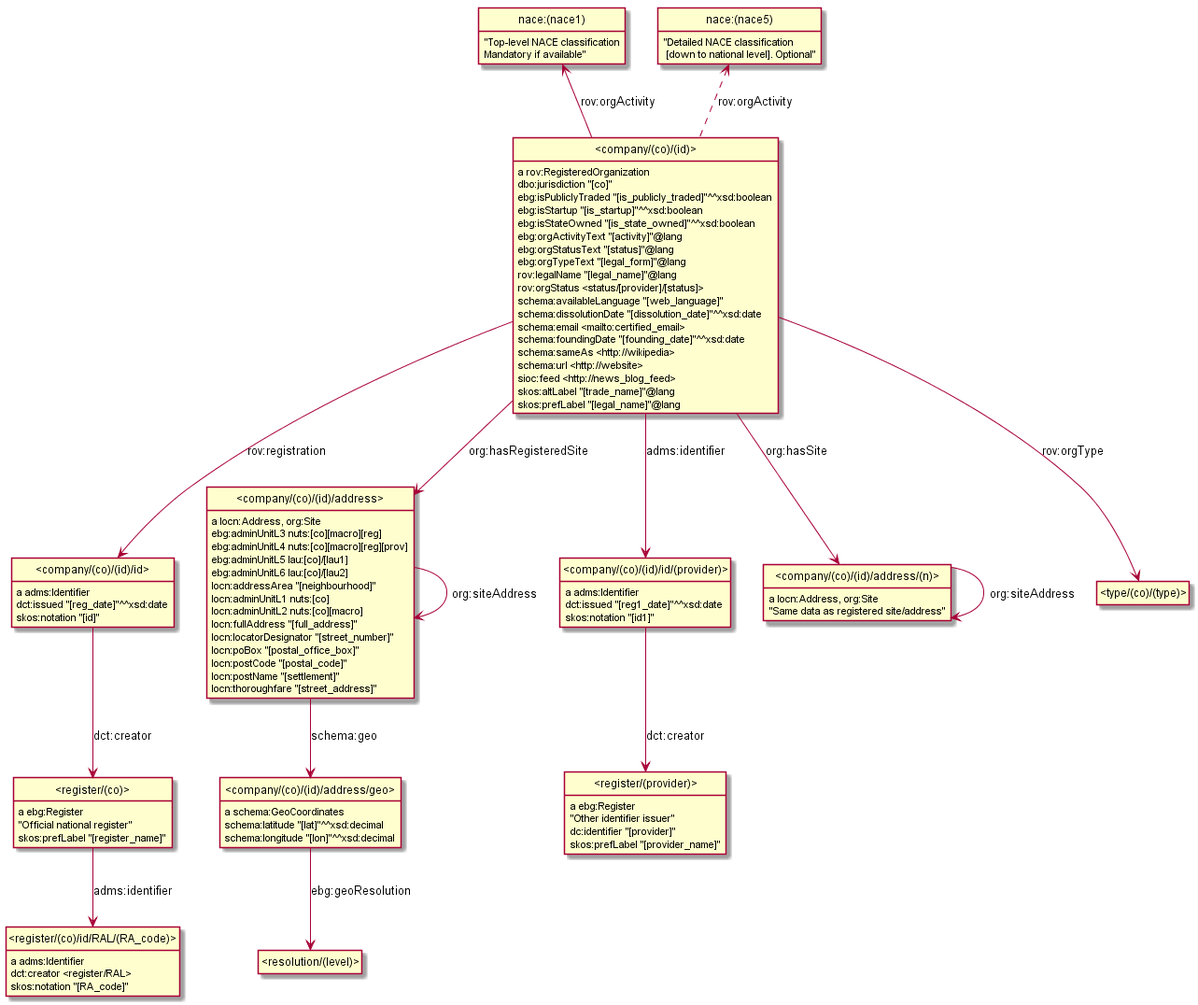
The PlantUML diagram model/company.png in euBusinessGraph/eubg-data, before a commit.
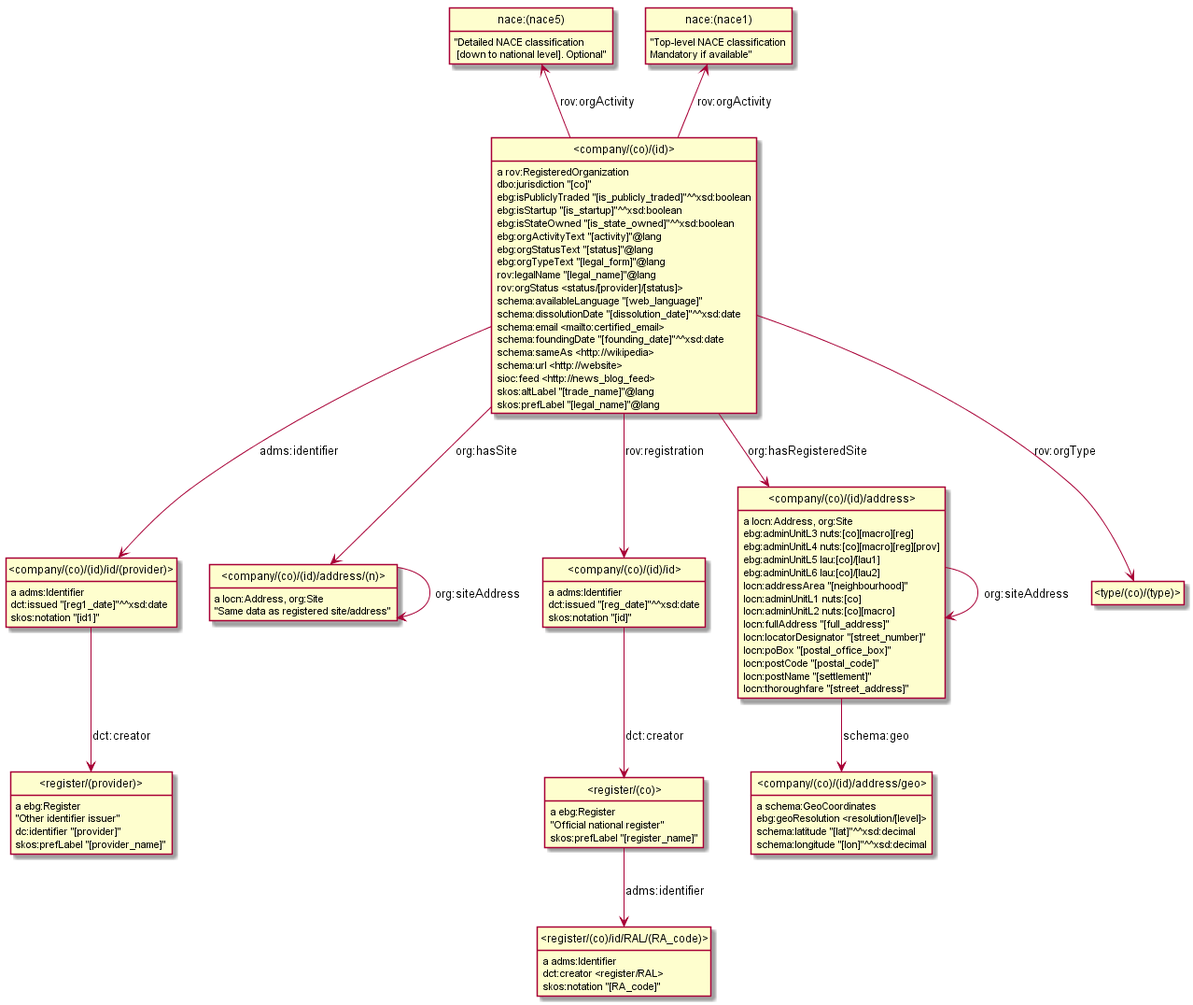
The same file after the commit.

Commit message:
fix ebg:geoResolution <resolution...>

Change to the diagram source:
```diff
@@ -3,20 +3,48 @@
 hide empty attributes
 hide circle
 skinparam classAttributeIconSize 0
+class nace_nace1_ as "nace:(nace1)"
+nace_nace1_ :  "Top-level NACE classification\nMandatory if available"
+class _register_co_id_RAL_RA_code_ as "<register/(co)/id/RAL/(RA_code)>"
+_register_co_id_RAL_RA_code_ : a adms:Identifier
+_register_co_id_RAL_RA_code_ : dct:creator <register/RAL>
+_register_co_id_RAL_RA_code_ : skos:notation "[RA_code]"
+class _company_co_id_id_provider_ as "<company/(co)/(id)/id/(provider)>"
+_company_co_id_id_provider_ : a adms:Identifier
+class _register_provider_ as "<register/(provider)>"
+_company_co_id_id_provider_ --> _register_provider_ : dct:creator
+_company_co_id_id_provider_ : dct:issued "[reg1_date]"^^xsd:date
+_company_co_id_id_provider_ : skos:notation "[id1]"
+class _company_co_id_address_n_ as "<company/(co)/(id)/address/(n)>"
+_company_co_id_address_n_ : a locn:Address, org:Site
+_company_co_id_address_n_ --> _company_co_id_address_n_ : org:siteAddress
+_company_co_id_address_n_ :  "Same data as registered site/address"
+class nace_nace5_ as "nace:(nace5)"
+nace_nace5_ :  "Detailed NACE classification\n [down to national level]. Optional"
+class _company_co_id_id_ as "<company/(co)/(id)/id>"
+_company_co_id_id_ : a adms:Identifier
+class _register_co_ as "<register/(co)>"
+_company_co_id_id_ --> _register_co_ : dct:creator
+_company_co_id_id_ : dct:issued "[reg_date]"^^xsd:date
+_company_co_id_id_ : skos:notation "[id]"
+class _company_co_id_address_geo_ as "<company/(co)/(id)/address/geo>"
+_company_co_id_address_geo_ : a schema:GeoCoordinates
+_company_co_id_address_geo_ : ebg:geoResolution <resolution/[level]>
+_company_co_id_address_geo_ : schema:latitude "[lat]"^^xsd:decimal
+_company_co_id_address_geo_ : schema:longitude "[lon]"^^xsd:decimal
+_register_provider_ : a ebg:Register
+_register_provider_ :  "Other identifier issuer"
+_register_provider_ : dc:identifier "[provider]"
+_register_provider_ : skos:prefLabel "[provider_name]"
 class _company_co_id_ as "<company/(co)/(id)>"
 _company_co_id_ : a rov:RegisteredOrganization
-class _company_co_id_id_ as "<company/(co)/(id)/id>"
+_company_co_id_ -up-> nace_nace1_ : rov:orgActivity
+_company_co_id_ --> _company_co_id_id_provider_ : adms:identifier
+_company_co_id_ --> _company_co_id_address_n_ : org:hasSite
+_company_co_id_ -up-> nace_nace5_ : rov:orgActivity
 _company_co_id_ --> _company_co_id_id_ : rov:registration
 class _company_co_id_address_ as "<company/(co)/(id)/address>"
 _company_co_id_ --> _company_co_id_address_ : org:hasRegisteredSite
-class _company_co_id_id_provider_ as "<company/(co)/(id)/id/(provider)>"
-_company_co_id_ --> _company_co_id_id_provider_ : adms:identifier
-class nace_nace5_ as "nace:(nace5)"
-_company_co_id_ .up.> nace_nace5_ : rov:orgActivity
-class _company_co_id_address_n_ as "<company/(co)/(id)/address/(n)>"
-_company_co_id_ --> _company_co_id_address_n_ : org:hasSite
-class nace_nace1_ as "nace:(nace1)"
-_company_co_id_ -up-> nace_nace1_ : rov:orgActivity
 class _type_co_type_ as "<type/(co)/(type)>"
 _company_co_id_ --> _type_co_type_ : rov:orgType
 _company_co_id_ : dbo:jurisdiction "[co]"
@@ -37,39 +65,10 @@
 _company_co_id_ : sioc:feed <http://news_blog_feed>
 _company_co_id_ : skos:altLabel "[trade_name]"@lang
 _company_co_id_ : skos:prefLabel "[legal_name]"@lang
-class _register_co_ as "<register/(co)>"
 _register_co_ : a ebg:Register
-class _register_co_id_RAL_RA_code_ as "<register/(co)/id/RAL/(RA_code)>"
 _register_co_ --> _register_co_id_RAL_RA_code_ : adms:identifier
 _register_co_ :  "Official national register"
 _register_co_ : skos:prefLabel "[register_name]"
-class _register_provider_ as "<register/(provider)>"
-_register_provider_ : a ebg:Register
-_register_provider_ :  "Other identifier issuer"
-_register_provider_ : dc:identifier "[provider]"
-_register_provider_ : skos:prefLabel "[provider_name]"
-nace_nace1_ :  "Top-level NACE classification\nMandatory if available"
-_company_co_id_address_n_ : a locn:Address, org:Site
-_company_co_id_address_n_ --> _company_co_id_address_n_ : org:siteAddress
-_company_co_id_address_n_ :  "Same data as registered site/address"
-_register_co_id_RAL_RA_code_ : a adms:Identifier
-_register_co_id_RAL_RA_code_ : dct:creator <register/RAL>
-_register_co_id_RAL_RA_code_ : skos:notation "[RA_code]"
-nace_nace5_ :  "Detailed NACE classification\n [down to national level]. Optional"
-_company_co_id_id_provider_ : a adms:Identifier
-_company_co_id_id_provider_ --> _register_provider_ : dct:creator
-_company_co_id_id_provider_ : dct:issued "[reg1_date]"^^xsd:date
-_company_co_id_id_provider_ : skos:notation "[id1]"
-class _company_co_id_address_geo_ as "<company/(co)/(id)/address/geo>"
-_company_co_id_address_geo_ : a schema:GeoCoordinates
-class _resolution_level_ as "<resolution/(level)>"
-_company_co_id_address_geo_ --> _resolution_level_ : ebg:geoResolution
-_company_co_id_address_geo_ : schema:latitude "[lat]"^^xsd:decimal
-_company_co_id_address_geo_ : schema:longitude "[lon]"^^xsd:decimal
-_company_co_id_id_ : a adms:Identifier
-_company_co_id_id_ --> _register_co_ : dct:creator
-_company_co_id_id_ : dct:issued "[reg_date]"^^xsd:date
-_company_co_id_id_ : skos:notation "[id]"
 _company_co_id_address_ : a locn:Address, org:Site
 _company_co_id_address_ --> _company_co_id_address_geo_ : schema:geo
 _company_co_id_address_ --> _company_co_id_address_ : org:siteAddress
```
